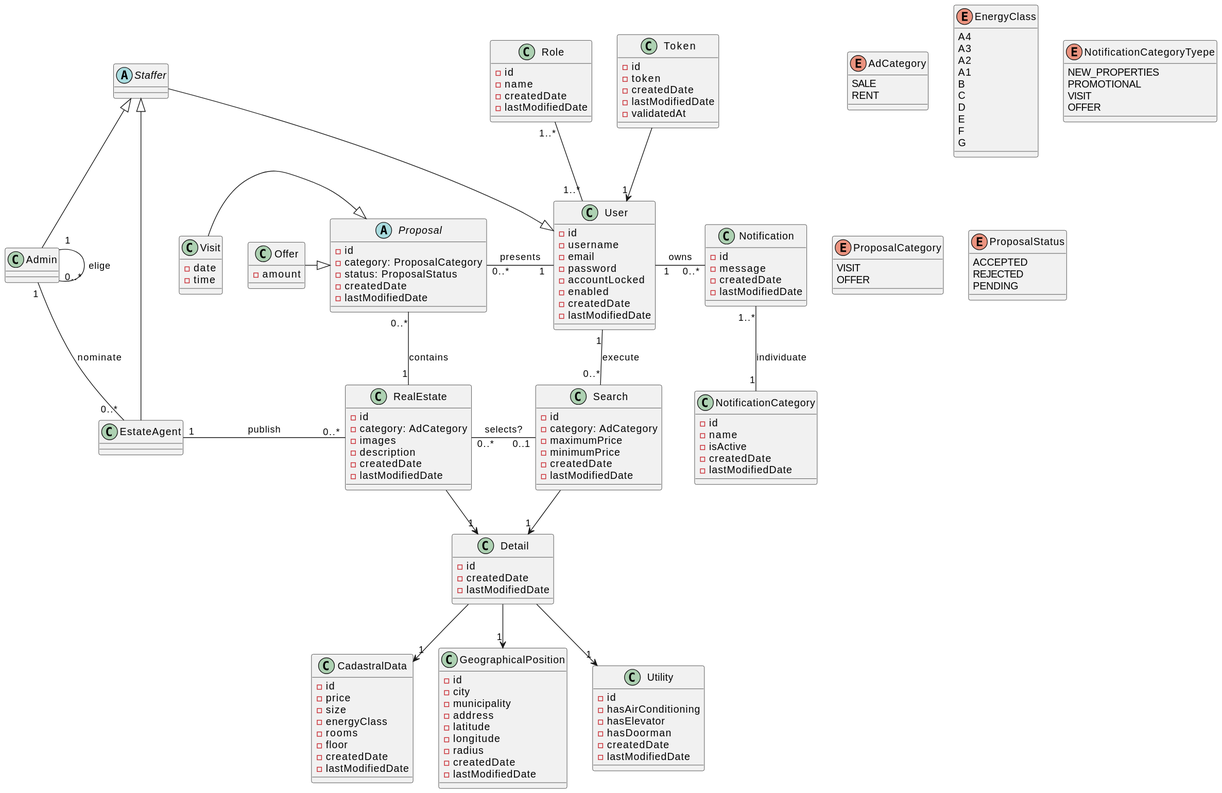
PSP-DietiEstates25/DietiEstates25 keeps this PlantUML diagram as documentazione/nuovi/out/model/Model.svg. Above is the earlier version.
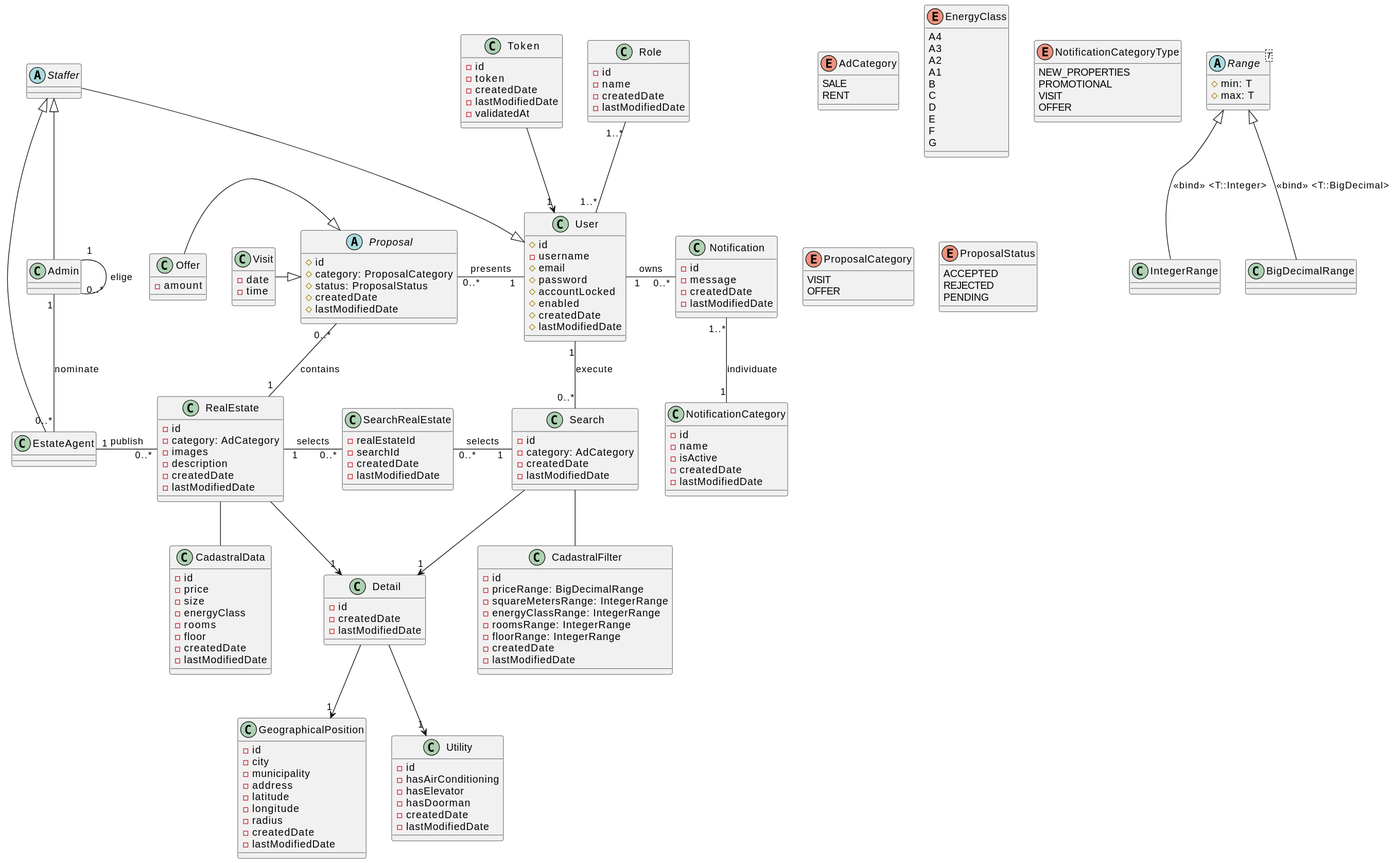
The same diagram one commit later.

Commit message:
aggiornato diagramma

Change to the diagram source:
```diff
@@ -1,21 +1,21 @@
 @startuml
 class User {
-  - id
+  # id
   - username
-  - email
-  - password
-  - accountLocked
-  - enabled
-  - createdDate
-  - lastModifiedDate
+  # email
+  # password
+  # accountLocked
+  # enabled
+  # createdDate
+  # lastModifiedDate
 }
 
 abstract Proposal {
-  - id
-  - category: ProposalCategory
-  - status: ProposalStatus
-  - createdDate
-  - lastModifiedDate
+  # id
+  # category: ProposalCategory
+  # status: ProposalStatus
+  # createdDate
+  # lastModifiedDate
 }
 
 abstract Staffer {
@@ -94,8 +94,6 @@
 class Search {
   - id
   - category: AdCategory
-  - maximumPrice
-  - minimumPrice
   - createdDate
   - lastModifiedDate
 }
@@ -122,6 +120,35 @@
   - time
 }
 
+class SearchRealEstate {
+  - realEstateId
+  - searchId
+  - createdDate
+  - lastModifiedDate
+}
+
+class CadastralFilter {
+  - id
+  - priceRange: BigDecimalRange
+  - squareMetersRange: IntegerRange
+  - energyClassRange: IntegerRange
+  - roomsRange: IntegerRange
+  - floorRange: IntegerRange
+  - createdDate
+  - lastModifiedDate
+}
+
+abstract Range<T> {
+  # min: T
+  # max: T
+}
+
+class IntegerRange {
+}
+
+class BigDecimalRange {
+}
+
 enum AdCategory {
   SALE
   RENT
@@ -140,7 +167,7 @@
   G
 }
 
-enum NotificationCategoryTyepe {
+enum NotificationCategoryType {
   NEW_PROPERTIES
 	PROMOTIONAL
 	VISIT
@@ -160,21 +187,26 @@
 
 Proposal <|-left- Visit
 Proposal <|-left- Offer
+
 User <|-left- Staffer
+
 Staffer <|-- EstateAgent
 Staffer <|-- Admin
+
+Range <|-- IntegerRange : <<bind>> <T::Integer>
+Range <|-- BigDecimalRange : <<bind>> <T::BigDecimal>
 
 Admin "1" -- "0..*" Admin : elige
 Admin "1" -- "0..*" EstateAgent : nominate
 
 Detail --> "1" GeographicalPosition
 Detail --> "1" Utility
-Detail --> "1" CadastralData
 
 RealEstate -down-> "1" Detail
-RealEstate "0..*" -right- "0..1" Search : selects?
+RealEstate " 1  " -right- "0..*" SearchRealEstate : selects
 RealEstate "0..*" -left- "1" EstateAgent : publish
 RealEstate "1" -up- "0..*" Proposal : contains
+RealEstate -down- CadastralData
 
 User "  1 " -left- "0..*" Proposal : presents
 User "1..*" -up- "1..*" Role
@@ -185,4 +217,6 @@
 Notification "1..*" -down- "1" NotificationCategory : individuate
 
 Search --> "1" Detail
+Search "  1 " -left- "0..*" SearchRealEstate : selects
+Search -down- CadastralFilter
 @enduml
```
